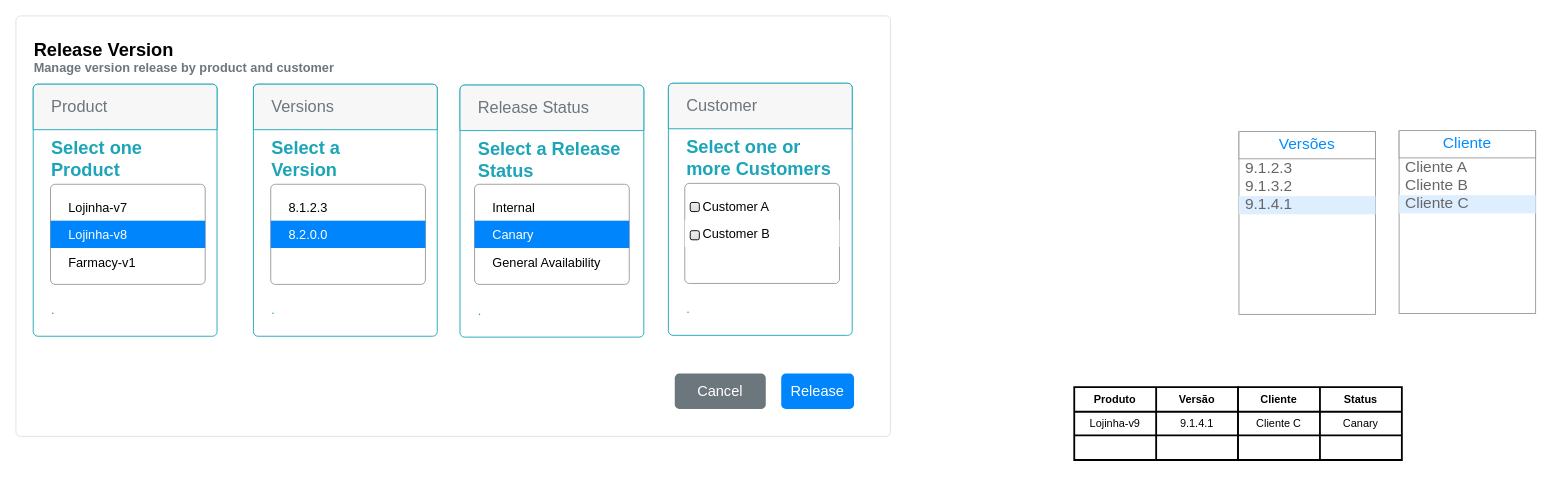
Earlier version of the draw.io diagram page "Release Version Management" (2 of 3) of docs/release-manager.drawio (release-manager-2023/concurso-intersystems-2023). Source tidied: cells renumbered, new cells numbered last; positions are measured from the earlier drawing's top-left corner, leaving out a move shared by most shapes. Both pictures are drawn from the tidied source at 91%, with x=0, y=0 at pixel (15, 15).
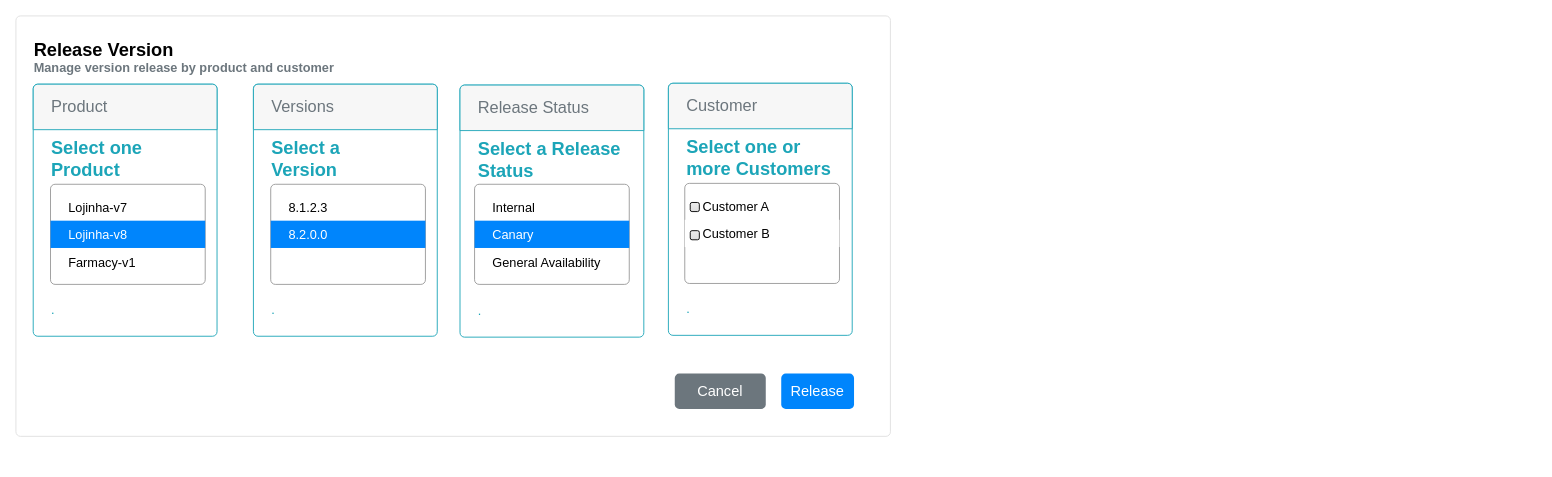
After the change.

Commit message:
Release Version FUP

What changed in the source:
```diff
@@
-    <mxCell id="2" style="strokeWidth=1;shadow=0;dashed=0;align=center;html=1;shape=mxgraph.mockup.forms.rrect;rSize=0;strokeColor=#999999;fillColor=#ffffff;" parent="1" vertex="1">
-      <mxGeometry x="1344" y="128" width="150" height="200" as="geometry" />
-    </mxCell>
-    <mxCell id="3" value="Versões" style="strokeWidth=1;shadow=0;dashed=0;align=center;html=1;shape=mxgraph.mockup.forms.rrect;rSize=0;strokeColor=#999999;fontColor=#008cff;fontSize=17;fillColor=#ffffff;whiteSpace=wrap;" parent="2" vertex="1">
-      <mxGeometry width="150" height="30" relative="1" as="geometry">
-        <mxPoint y="-1" as="offset" />
-      </mxGeometry>
-    </mxCell>
-    <mxCell id="4" value="9.1.2.3" style="strokeWidth=1;shadow=0;dashed=0;align=center;html=1;shape=mxgraph.mockup.forms.anchor;fontSize=17;fontColor=#666666;align=left;spacingLeft=5;whiteSpace=wrap;" parent="2" vertex="1">
-      <mxGeometry width="150" height="20" relative="1" as="geometry">
-        <mxPoint y="30" as="offset" />
-      </mxGeometry>
-    </mxCell>
-    <mxCell id="5" value="9.1.3.2" style="strokeWidth=1;shadow=0;dashed=0;align=center;html=1;shape=mxgraph.mockup.forms.anchor;fontSize=17;fontColor=#666666;align=left;spacingLeft=5;whiteSpace=wrap;" parent="2" vertex="1">
-      <mxGeometry width="150" height="20" relative="1" as="geometry">
-        <mxPoint y="50" as="offset" />
-      </mxGeometry>
-    </mxCell>
-    <mxCell id="6" value="9.1.4.1" style="strokeWidth=1;shadow=0;dashed=0;align=center;html=1;shape=mxgraph.mockup.forms.rrect;rSize=0;fontSize=17;fontColor=#666666;align=left;spacingLeft=5;fillColor=#ddeeff;strokeColor=none;whiteSpace=wrap;" parent="2" vertex="1">
-      <mxGeometry width="150" height="20" relative="1" as="geometry">
-        <mxPoint y="70" as="offset" />
-      </mxGeometry>
-    </mxCell>
-    <mxCell id="7" style="strokeWidth=1;shadow=0;dashed=0;align=center;html=1;shape=mxgraph.mockup.forms.rrect;rSize=0;strokeColor=#999999;fillColor=#ffffff;" parent="1" vertex="1">
-      <mxGeometry x="1520" y="127" width="150" height="200" as="geometry" />
-    </mxCell>
-    <mxCell id="8" value="Cliente" style="strokeWidth=1;shadow=0;dashed=0;align=center;html=1;shape=mxgraph.mockup.forms.rrect;rSize=0;strokeColor=#999999;fontColor=#008cff;fontSize=17;fillColor=#ffffff;whiteSpace=wrap;" parent="7" vertex="1">
-      <mxGeometry width="150" height="30" relative="1" as="geometry">
-        <mxPoint y="-1" as="offset" />
-      </mxGeometry>
-    </mxCell>
-    <mxCell id="9" value="Cliente A" style="strokeWidth=1;shadow=0;dashed=0;align=center;html=1;shape=mxgraph.mockup.forms.anchor;fontSize=17;fontColor=#666666;align=left;spacingLeft=5;whiteSpace=wrap;" parent="7" vertex="1">
-      <mxGeometry width="150" height="20" relative="1" as="geometry">
-        <mxPoint y="30" as="offset" />
-      </mxGeometry>
-    </mxCell>
-    <mxCell id="10" value="Cliente B" style="strokeWidth=1;shadow=0;dashed=0;align=center;html=1;shape=mxgraph.mockup.forms.anchor;fontSize=17;fontColor=#666666;align=left;spacingLeft=5;whiteSpace=wrap;" parent="7" vertex="1">
-      <mxGeometry width="150" height="20" relative="1" as="geometry">
-        <mxPoint y="50" as="offset" />
-      </mxGeometry>
-    </mxCell>
-    <mxCell id="11" value="Cliente C" style="strokeWidth=1;shadow=0;dashed=0;align=center;html=1;shape=mxgraph.mockup.forms.rrect;rSize=0;fontSize=17;fontColor=#666666;align=left;spacingLeft=5;fillColor=#ddeeff;strokeColor=none;whiteSpace=wrap;" parent="7" vertex="1">
-      <mxGeometry width="150" height="20" relative="1" as="geometry">
-        <mxPoint y="70" as="offset" />
-      </mxGeometry>
-    </mxCell>
-    <mxCell id="12" style="shape=table;html=1;whiteSpace=wrap;startSize=0;childLayout=tableLayout;strokeWidth=2;" parent="1" vertex="1">
-      <mxGeometry x="1163" y="408" width="180" height="80" as="geometry" />
-    </mxCell>
-    <mxCell id="13" style="shape=tableRow;horizontal=0;startSize=0;swimlaneHead=0;swimlaneBody=0;top=0;left=0;bottom=0;right=0;fillColor=none;" parent="12" vertex="1">
-      <mxGeometry width="180" height="27" as="geometry" />
-    </mxCell>
-    <mxCell id="14" value="Produto" style="shape=partialRectangle;html=1;whiteSpace=wrap;fillColor=none;top=0;left=0;bottom=0;right=0;overflow=hidden;fontStyle=1;" parent="13" vertex="1">
-      <mxGeometry width="90" height="27" as="geometry" />
-    </mxCell>
-    <mxCell id="15" value="Versão" style="shape=partialRectangle;html=1;whiteSpace=wrap;fillColor=none;top=0;left=0;bottom=0;right=0;overflow=hidden;fontStyle=1;" parent="13" vertex="1">
-      <mxGeometry x="90" width="90" height="27" as="geometry" />
-    </mxCell>
-    <mxCell id="16" style="shape=tableRow;horizontal=0;startSize=0;swimlaneHead=0;swimlaneBody=0;top=0;left=0;bottom=0;right=0;fillColor=none;" parent="12" vertex="1">
-      <mxGeometry y="27" width="180" height="26" as="geometry" />
-    </mxCell>
-    <mxCell id="17" value="Lojinha-v9" style="shape=partialRectangle;html=1;whiteSpace=wrap;fillColor=none;top=0;left=0;bottom=0;right=0;overflow=hidden;" parent="16" vertex="1">
-      <mxGeometry width="90" height="26" as="geometry" />
-    </mxCell>
-    <mxCell id="18" value="9.1.4.1" style="shape=partialRectangle;html=1;whiteSpace=wrap;fillColor=none;top=0;left=0;bottom=0;right=0;overflow=hidden;" parent="16" vertex="1">
-      <mxGeometry x="90" width="90" height="26" as="geometry" />
-    </mxCell>
-    <mxCell id="19" style="shape=tableRow;horizontal=0;startSize=0;swimlaneHead=0;swimlaneBody=0;top=0;left=0;bottom=0;right=0;fillColor=none;" parent="12" vertex="1">
-      <mxGeometry y="53" width="180" height="27" as="geometry" />
-    </mxCell>
-    <mxCell id="20" style="shape=partialRectangle;html=1;whiteSpace=wrap;fillColor=none;top=0;left=0;bottom=0;right=0;overflow=hidden;" parent="19" vertex="1">
-      <mxGeometry width="90" height="27" as="geometry" />
-    </mxCell>
-    <mxCell id="21" style="shape=partialRectangle;html=1;whiteSpace=wrap;fillColor=none;top=0;left=0;bottom=0;right=0;overflow=hidden;" parent="19" vertex="1">
-      <mxGeometry x="90" width="90" height="27" as="geometry" />
-    </mxCell>
-    <mxCell id="22" style="shape=table;html=1;whiteSpace=wrap;startSize=0;childLayout=tableLayout;strokeWidth=2;" parent="1" vertex="1">
-      <mxGeometry x="1343" y="408" width="180" height="80" as="geometry" />
-    </mxCell>
-    <mxCell id="23" style="shape=tableRow;horizontal=0;startSize=0;swimlaneHead=0;swimlaneBody=0;top=0;left=0;bottom=0;right=0;fillColor=none;" parent="22" vertex="1">
-      <mxGeometry width="180" height="27" as="geometry" />
-    </mxCell>
-    <mxCell id="24" value="Cliente" style="shape=partialRectangle;html=1;whiteSpace=wrap;fillColor=none;top=0;left=0;bottom=0;right=0;overflow=hidden;fontStyle=1;" parent="23" vertex="1">
-      <mxGeometry width="90" height="27" as="geometry" />
-    </mxCell>
-    <mxCell id="25" value="Status" style="shape=partialRectangle;html=1;whiteSpace=wrap;fillColor=none;top=0;left=0;bottom=0;right=0;overflow=hidden;fontStyle=1;" parent="23" vertex="1">
-      <mxGeometry x="90" width="90" height="27" as="geometry" />
-    </mxCell>
-    <mxCell id="26" style="shape=tableRow;horizontal=0;startSize=0;swimlaneHead=0;swimlaneBody=0;top=0;left=0;bottom=0;right=0;fillColor=none;" parent="22" vertex="1">
-      <mxGeometry y="27" width="180" height="26" as="geometry" />
-    </mxCell>
-    <mxCell id="27" value="Cliente C" style="shape=partialRectangle;html=1;whiteSpace=wrap;fillColor=none;top=0;left=0;bottom=0;right=0;overflow=hidden;" parent="26" vertex="1">
-      <mxGeometry width="90" height="26" as="geometry" />
-    </mxCell>
-    <mxCell id="28" value="Canary" style="shape=partialRectangle;html=1;whiteSpace=wrap;fillColor=none;top=0;left=0;bottom=0;right=0;overflow=hidden;" parent="26" vertex="1">
-      <mxGeometry x="90" width="90" height="26" as="geometry" />
-    </mxCell>
-    <mxCell id="29" style="shape=tableRow;horizontal=0;startSize=0;swimlaneHead=0;swimlaneBody=0;top=0;left=0;bottom=0;right=0;fillColor=none;" parent="22" vertex="1">
-      <mxGeometry y="53" width="180" height="27" as="geometry" />
-    </mxCell>
-    <mxCell id="30" style="shape=partialRectangle;html=1;whiteSpace=wrap;fillColor=none;top=0;left=0;bottom=0;right=0;overflow=hidden;" parent="29" vertex="1">
-      <mxGeometry width="90" height="27" as="geometry" />
-    </mxCell>
-    <mxCell id="31" style="shape=partialRectangle;html=1;whiteSpace=wrap;fillColor=none;top=0;left=0;bottom=0;right=0;overflow=hidden;" parent="29" vertex="1">
-      <mxGeometry x="90" width="90" height="27" as="geometry" />
-    </mxCell>
```
